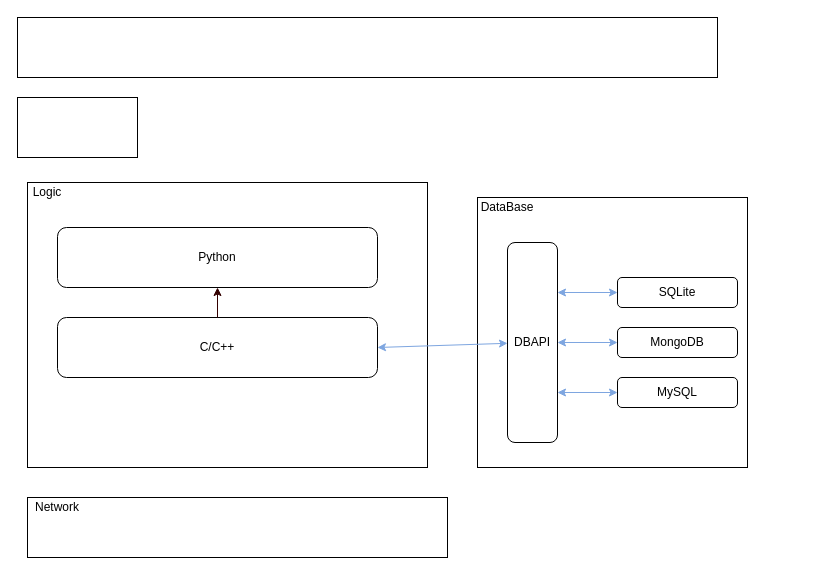
This is OpenQL.drawio from DanielCxh/openql, a draw.io file, before an edit. Source tidied: cells renumbered, new cells numbered last; positions are measured from the earlier drawing's top-left corner, leaving out a move shared by most shapes. Both pictures are drawn from the tidied source at 100%, with x=0, y=0 at pixel (17, 17).
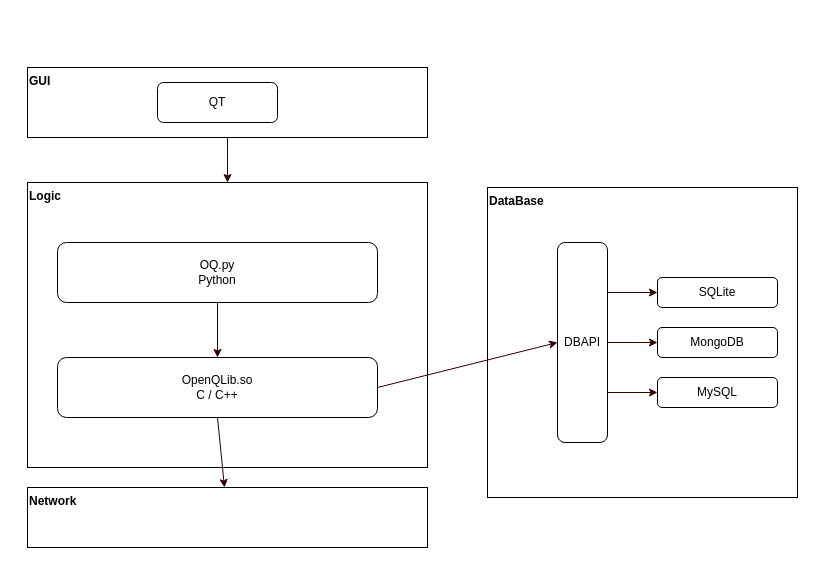
Above is the later version.

What changed in the source:
```diff
@@
-    <mxCell id="2" style="rounded=0;whiteSpace=wrap;html=1;fillColor=none;" parent="1" vertex="1">
+    <mxCell id="2" value="Logic" style="rounded=0;whiteSpace=wrap;html=1;fillColor=none;align=left;verticalAlign=top;fontStyle=1;" parent="1" vertex="1">
       <mxGeometry x="10" y="165" width="400" height="285" as="geometry" />
     </mxCell>
-    <mxCell id="3" value="Python" style="rounded=1;whiteSpace=wrap;html=1;" parent="1" vertex="1">
-      <mxGeometry x="40" y="210" width="320" height="60" as="geometry" />
+    <mxCell id="3" value="OQ.py&lt;br&gt;Python" style="rounded=1;whiteSpace=wrap;html=1;" parent="1" vertex="1">
+      <mxGeometry x="40" y="225" width="320" height="60" as="geometry" />
     </mxCell>
-    <mxCell id="4" value="C/C++" style="rounded=1;whiteSpace=wrap;html=1;" parent="1" vertex="1">
-      <mxGeometry x="40" y="300" width="320" height="60" as="geometry" />
+    <mxCell id="4" value="OpenQLib.so&lt;br&gt;C / C++" style="rounded=1;whiteSpace=wrap;html=1;" parent="1" vertex="1">
+      <mxGeometry x="40" y="340" width="320" height="60" as="geometry" />
     </mxCell>
-    <mxCell id="5" style="whiteSpace=wrap;html=1;fillColor=none;" parent="1" vertex="1">
-      <mxGeometry x="460" y="180" width="270" height="270" as="geometry" />
+    <mxCell id="5" value="DataBase" style="whiteSpace=wrap;html=1;fillColor=none;align=left;verticalAlign=top;fontStyle=1;" parent="1" vertex="1">
+      <mxGeometry x="470" y="170" width="310" height="310" as="geometry" />
     </mxCell>
-    <mxCell id="6" value="DataBase" style="text;html=1;strokeColor=none;fillColor=none;align=center;verticalAlign=middle;whiteSpace=wrap;rounded=0;" parent="1" vertex="1">
-      <mxGeometry x="460" y="180" width="60" height="20" as="geometry" />
-    </mxCell>
     <mxCell id="7" value="DBAPI" style="rounded=1;whiteSpace=wrap;html=1;fillColor=none;" parent="1" vertex="1">
-      <mxGeometry x="490" y="225" width="50" height="200" as="geometry" />
+      <mxGeometry x="540" y="225" width="50" height="200" as="geometry" />
     </mxCell>
     <mxCell id="8" value="SQLite" style="rounded=1;whiteSpace=wrap;html=1;fillColor=none;" parent="1" vertex="1">
-      <mxGeometry x="600" y="260" width="120" height="30" as="geometry" />
+      <mxGeometry x="640" y="260" width="120" height="30" as="geometry" />
     </mxCell>
     <mxCell id="9" value="MongoDB" style="rounded=1;whiteSpace=wrap;html=1;fillColor=none;" parent="1" vertex="1">
-      <mxGeometry x="600" y="310" width="120" height="30" as="geometry" />
+      <mxGeometry x="640" y="310" width="120" height="30" as="geometry" />
     </mxCell>
     <mxCell id="10" value="MySQL" style="rounded=1;whiteSpace=wrap;html=1;fillColor=none;" parent="1" vertex="1">
-      <mxGeometry x="600" y="360" width="120" height="30" as="geometry" />
+      <mxGeometry x="640" y="360" width="120" height="30" as="geometry" />
     </mxCell>
+    <mxCell id="16" value="GUI" style="rounded=0;whiteSpace=wrap;html=1;fillColor=none;align=left;verticalAlign=top;fontStyle=1;" parent="1" vertex="1">
+      <mxGeometry x="10" y="50" width="400" height="70" as="geometry" />
+    </mxCell>
+    <mxCell id="17" value="Network" style="rounded=0;whiteSpace=wrap;html=1;fillColor=none;align=left;verticalAlign=top;fontStyle=1;" parent="1" vertex="1">
+      <mxGeometry x="10" y="470" width="400" height="60" as="geometry" />
+    </mxCell>
+    <mxCell id="21" value="QT" style="rounded=1;whiteSpace=wrap;html=1;fillColor=none;align=center;" parent="1" vertex="1">
+      <mxGeometry x="140" y="65" width="120" height="40" as="geometry" />
+    </mxCell>
+    <mxCell id="22" style="endArrow=classic;html=1;strokeColor=#330000;exitX=0.5;exitY=1;exitDx=0;exitDy=0;fontColor=#330000;" parent="1" edge="1" source="3" target="4">
+      <mxGeometry relative="1" as="geometry" />
+    </mxCell>
+    <mxCell id="23" style="endArrow=classic;html=1;strokeColor=#330000;fontColor=#330000;exitX=0.5;exitY=1;exitDx=0;exitDy=0;" parent="1" edge="1" source="4" target="17">
+      <mxGeometry relative="1" as="geometry" />
+    </mxCell>
+    <mxCell id="24" style="endArrow=classic;html=1;strokeColor=#330000;fontColor=#330000;exitX=0.5;exitY=1;exitDx=0;exitDy=0;entryX=0.5;entryY=0;entryDx=0;entryDy=0;" parent="1" edge="1" source="16" target="2">
+      <mxGeometry relative="1" as="geometry" />
+    </mxCell>
+    <mxCell id="14" style="endArrow=classic;html=1;strokeColor=#330000;fontColor=#330000;exitX=1;exitY=0.5;exitDx=0;exitDy=0;entryX=0;entryY=0.5;entryDx=0;entryDy=0;" parent="1" edge="1" source="4" target="7">
+      <mxGeometry relative="1" as="geometry" />
+    </mxCell>
-    <mxCell id="11" style="endArrow=classic;startArrow=classic;html=1;exitX=1;exitY=0.25;exitDx=0;exitDy=0;entryX=0;entryY=0.5;entryDx=0;entryDy=0;strokeColor=#7EA6E0;" parent="1" edge="1" source="7" target="8">
+    <mxCell id="11" style="endArrow=classic;html=1;strokeColor=#330000;fontColor=#330000;exitX=1;exitY=0.25;exitDx=0;exitDy=0;" parent="1" edge="1" source="7" target="8">
       <mxGeometry relative="1" as="geometry" />
     </mxCell>
-    <mxCell id="12" style="endArrow=classic;startArrow=classic;html=1;strokeColor=#7EA6E0;exitX=1;exitY=0.5;exitDx=0;exitDy=0;entryX=0;entryY=0.5;entryDx=0;entryDy=0;" parent="1" edge="1" source="7" target="9">
+    <mxCell id="12" style="endArrow=classic;html=1;strokeColor=#330000;fontColor=#330000;exitX=1;exitY=0.5;exitDx=0;exitDy=0;" parent="1" edge="1" source="7" target="9">
       <mxGeometry relative="1" as="geometry" />
     </mxCell>
-    <mxCell id="13" style="endArrow=classic;startArrow=classic;html=1;strokeColor=#7EA6E0;exitX=1;exitY=0.75;exitDx=0;exitDy=0;" parent="1" edge="1" source="7" target="10">
+    <mxCell id="13" style="endArrow=classic;html=1;strokeColor=#330000;fontColor=#330000;exitX=1;exitY=0.75;exitDx=0;exitDy=0;" parent="1" edge="1" source="7" target="10">
       <mxGeometry relative="1" as="geometry" />
     </mxCell>
-    <mxCell id="14" style="endArrow=classic;startArrow=classic;html=1;strokeColor=#7EA6E0;exitX=1;exitY=0.5;exitDx=0;exitDy=0;" parent="1" edge="1" source="4" target="7">
-      <mxGeometry relative="1" as="geometry" />
-    </mxCell>
-    <mxCell id="15" style="endArrow=classic;html=1;strokeColor=#330000;exitX=0.5;exitY=0;exitDx=0;exitDy=0;" parent="1" edge="1" source="4" target="3">
-      <mxGeometry relative="1" as="geometry" />
-    </mxCell>
-    <mxCell id="16" style="rounded=0;whiteSpace=wrap;html=1;fillColor=none;" parent="1" vertex="1">
-      <mxGeometry width="700" height="60" as="geometry" />
-    </mxCell>
-    <mxCell id="17" style="rounded=0;whiteSpace=wrap;html=1;fillColor=none;" parent="1" vertex="1">
-      <mxGeometry x="10" y="480" width="420" height="60" as="geometry" />
-    </mxCell>
-    <mxCell id="18" value="Network" style="text;html=1;strokeColor=none;fillColor=none;align=center;verticalAlign=middle;whiteSpace=wrap;rounded=0;" parent="1" vertex="1">
-      <mxGeometry x="10" y="480" width="60" height="20" as="geometry" />
-    </mxCell>
-    <mxCell id="19" style="rounded=0;whiteSpace=wrap;html=1;fillColor=none;" parent="1" vertex="1">
-      <mxGeometry y="80" width="120" height="60" as="geometry" />
-    </mxCell>
-    <mxCell id="20" value="Logic" style="text;html=1;strokeColor=none;fillColor=none;align=center;verticalAlign=middle;whiteSpace=wrap;rounded=0;" parent="1" vertex="1">
-      <mxGeometry x="10" y="165" width="40" height="20" as="geometry" />
-    </mxCell>
```
